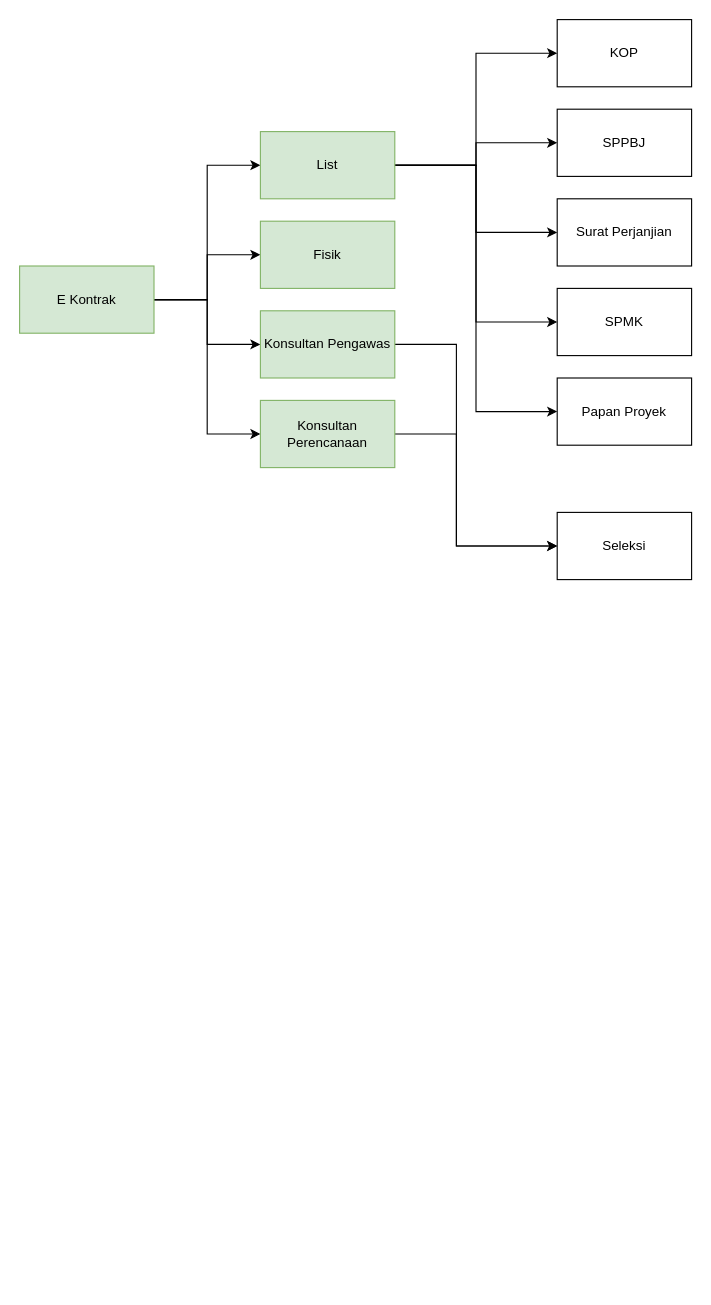
This is planning dashboard.drawio from diyanknd/dekontrak, a draw.io file, before an edit. Source tidied: cells renumbered, new cells numbered last; positions are measured from the earlier drawing's top-left corner, leaving out a move shared by most shapes. Both pictures are drawn from the tidied source at 112%, with x=0, y=0 at pixel (19, 19).
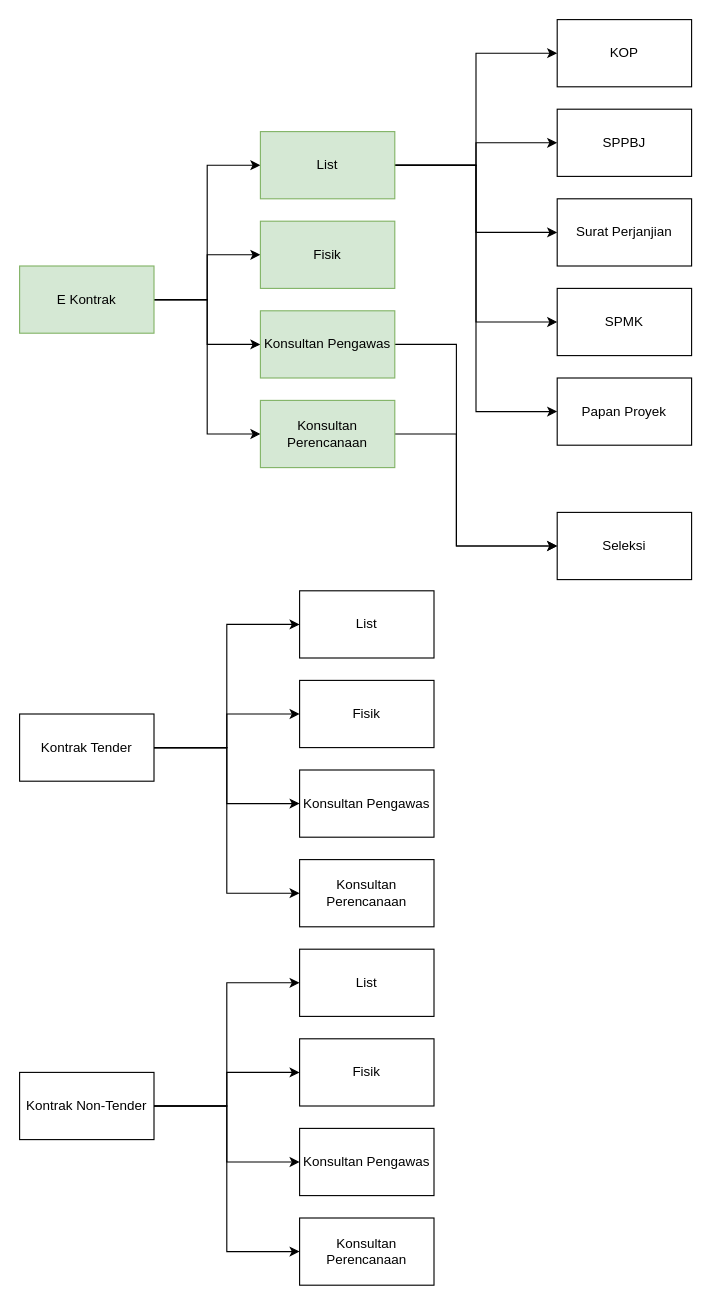
The same page after the edit.

Commit message (it also covers changes not shown here):
E-Kontrak->list

Change to the diagram source:
```diff
@@
+    <mxCell id="24" style="edgeStyle=orthogonalEdgeStyle;rounded=0;jettySize=auto;html=1;entryX=0;entryY=0.5;entryDx=0;entryDy=0;" parent="1" edge="1" source="28" target="29">
+      <mxGeometry relative="1" as="geometry" />
+    </mxCell>
+    <mxCell id="25" style="edgeStyle=orthogonalEdgeStyle;rounded=0;jettySize=auto;html=1;" parent="1" edge="1" source="28" target="30">
+      <mxGeometry relative="1" as="geometry" />
+    </mxCell>
+    <mxCell id="26" style="edgeStyle=orthogonalEdgeStyle;rounded=0;jettySize=auto;html=1;" parent="1" edge="1" source="28" target="31">
+      <mxGeometry relative="1" as="geometry" />
+    </mxCell>
+    <mxCell id="27" style="edgeStyle=orthogonalEdgeStyle;rounded=0;jettySize=auto;html=1;entryX=0;entryY=0.5;entryDx=0;entryDy=0;" parent="1" edge="1" source="28" target="32">
+      <mxGeometry relative="1" as="geometry" />
+    </mxCell>
+    <mxCell id="28" value="Kontrak Tender" style="rounded=0;whiteSpace=wrap;html=1;" parent="1" vertex="1">
+      <mxGeometry y="620" width="120" height="60" as="geometry" />
+    </mxCell>
+    <mxCell id="29" value="List" style="rounded=0;whiteSpace=wrap;html=1;" parent="1" vertex="1">
+      <mxGeometry x="250" y="510" width="120" height="60" as="geometry" />
+    </mxCell>
+    <mxCell id="30" value="Fisik" style="rounded=0;whiteSpace=wrap;html=1;" parent="1" vertex="1">
+      <mxGeometry x="250" y="590" width="120" height="60" as="geometry" />
+    </mxCell>
+    <mxCell id="31" value="Konsultan Pengawas" style="rounded=0;whiteSpace=wrap;html=1;" parent="1" vertex="1">
+      <mxGeometry x="250" y="670" width="120" height="60" as="geometry" />
+    </mxCell>
+    <mxCell id="32" value="Konsultan Perencanaan" style="rounded=0;whiteSpace=wrap;html=1;" parent="1" vertex="1">
+      <mxGeometry x="250" y="750" width="120" height="60" as="geometry" />
+    </mxCell>
+    <mxCell id="33" style="edgeStyle=orthogonalEdgeStyle;rounded=0;jettySize=auto;html=1;entryX=0;entryY=0.5;entryDx=0;entryDy=0;" parent="1" edge="1" source="37" target="38">
+      <mxGeometry relative="1" as="geometry" />
+    </mxCell>
+    <mxCell id="34" style="edgeStyle=orthogonalEdgeStyle;rounded=0;jettySize=auto;html=1;" parent="1" edge="1" source="37" target="39">
+      <mxGeometry relative="1" as="geometry" />
+    </mxCell>
+    <mxCell id="35" style="edgeStyle=orthogonalEdgeStyle;rounded=0;jettySize=auto;html=1;" parent="1" edge="1" source="37" target="40">
+      <mxGeometry relative="1" as="geometry" />
+    </mxCell>
+    <mxCell id="36" style="edgeStyle=orthogonalEdgeStyle;rounded=0;jettySize=auto;html=1;entryX=0;entryY=0.5;entryDx=0;entryDy=0;" parent="1" edge="1" source="37" target="41">
+      <mxGeometry relative="1" as="geometry" />
+    </mxCell>
+    <mxCell id="37" value="Kontrak Non-Tender" style="rounded=0;whiteSpace=wrap;html=1;" parent="1" vertex="1">
+      <mxGeometry y="940" width="120" height="60" as="geometry" />
+    </mxCell>
+    <mxCell id="38" value="List" style="rounded=0;whiteSpace=wrap;html=1;" parent="1" vertex="1">
+      <mxGeometry x="250" y="830" width="120" height="60" as="geometry" />
+    </mxCell>
+    <mxCell id="39" value="Fisik" style="rounded=0;whiteSpace=wrap;html=1;" parent="1" vertex="1">
+      <mxGeometry x="250" y="910" width="120" height="60" as="geometry" />
+    </mxCell>
+    <mxCell id="40" value="Konsultan Pengawas" style="rounded=0;whiteSpace=wrap;html=1;" parent="1" vertex="1">
+      <mxGeometry x="250" y="990" width="120" height="60" as="geometry" />
+    </mxCell>
+    <mxCell id="41" value="Konsultan Perencanaan" style="rounded=0;whiteSpace=wrap;html=1;" parent="1" vertex="1">
+      <mxGeometry x="250" y="1070" width="120" height="60" as="geometry" />
+    </mxCell>
```
